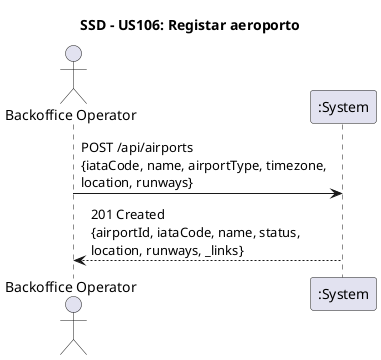
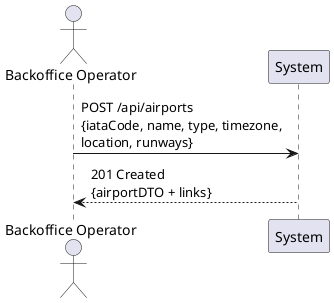
@startuml SSD_US106_RegisterAirport
- title SSD – US106: Registar aeroporto

actor "Backoffice Operator" as BO
- participant ":System" as SYS
+ participant "System" as SYS

- BO -> SYS : POST /api/airports\n{iataCode, name, airportType, timezone,\nlocation, runways}
- SYS --> BO : 201 Created\n{airportId, iataCode, name, status,\nlocation, runways, _links}
+ BO -> SYS : POST /api/airports\n{iataCode, name, type, timezone,\nlocation, runways}
+ SYS --> BO : 201 Created\n{airportDTO + links}

- @enduml+ @enduml
